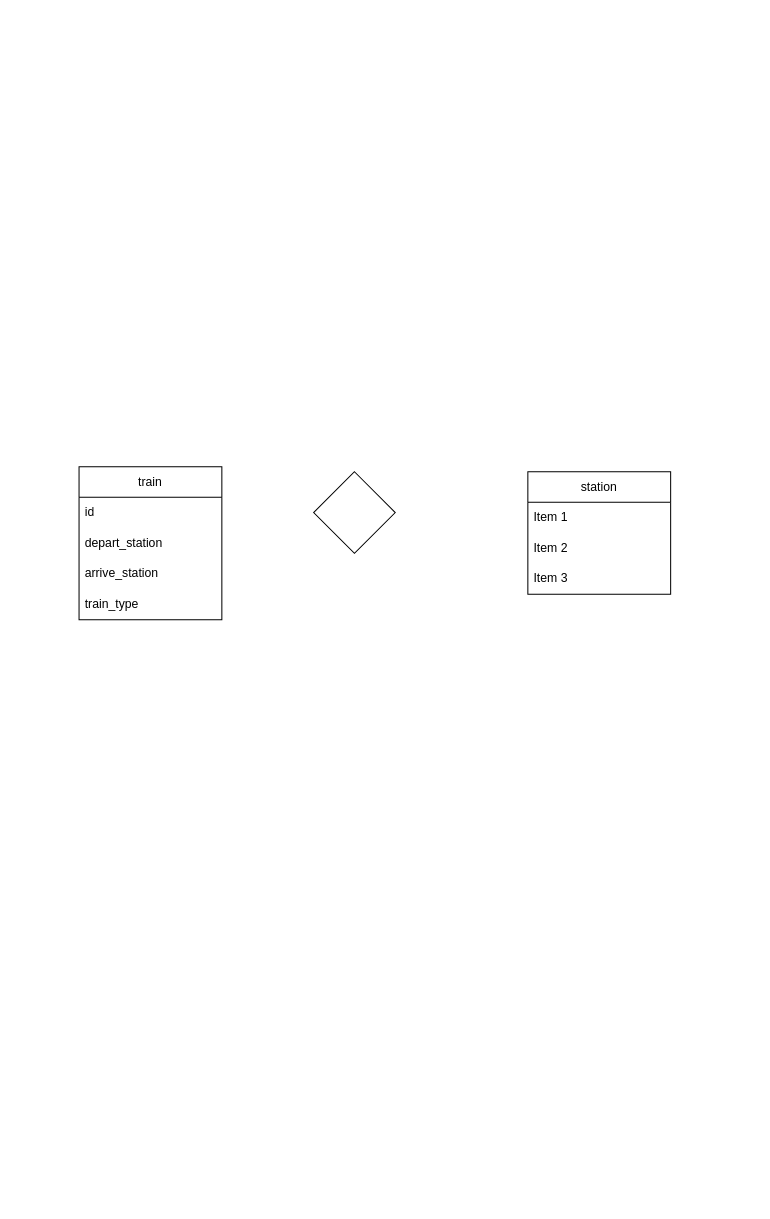
Before: 未命名绘图.drawio in TonyMo0310/Database, a draw.io diagram. Source tidied: cells renumbered, new cells numbered last; positions are measured from the earlier drawing's top-left corner, leaving out a move shared by most shapes. Both pictures are drawn from the tidied source at 102%, with x=0, y=0 at pixel (79, 466).
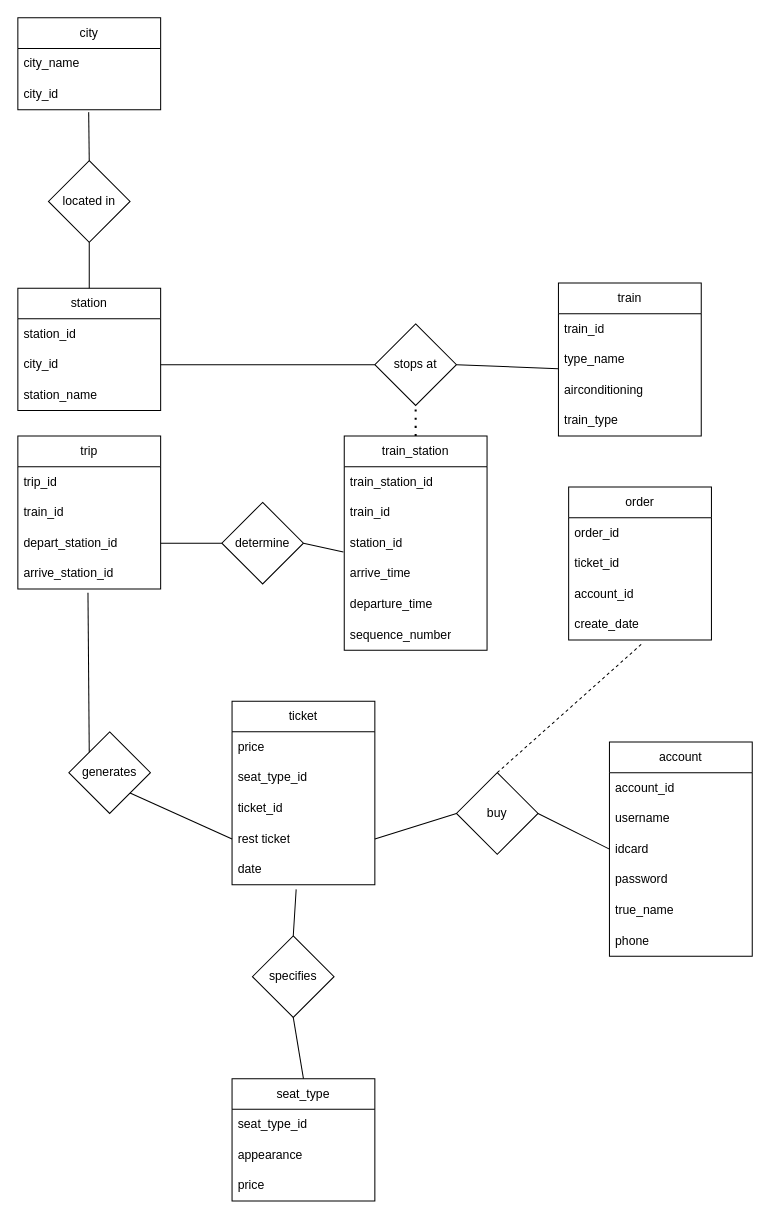
Above is the later version.

Commit message:
更新未命名绘图.drawio

Change to the diagram source:
```diff
@@
-    <mxCell id="2" style="rhombus;whiteSpace=wrap;html=1;" parent="1" vertex="1">
-      <mxGeometry x="230" y="5" width="80" height="80" as="geometry" />
+    <mxCell id="2" value="stops at" style="rhombus;whiteSpace=wrap;html=1;" parent="1" vertex="1">
+      <mxGeometry x="290" y="-140" width="80" height="80" as="geometry" />
     </mxCell>
     <mxCell id="3" value="train" style="swimlane;fontStyle=0;horizontal=1;startSize=30;whiteSpace=wrap;html=1;" parent="1" vertex="1">
-      <mxGeometry width="140" height="150" as="geometry" />
+      <mxGeometry x="470" y="-180" width="140" height="150" as="geometry" />
     </mxCell>
-    <mxCell id="4" value="id" style="text;strokeColor=none;fillColor=none;align=left;verticalAlign=middle;spacingLeft=4;spacingRight=4;overflow=hidden;whiteSpace=wrap;html=1;" parent="3" vertex="1">
+    <mxCell id="4" value="train_id" style="text;strokeColor=none;fillColor=none;align=left;verticalAlign=middle;spacingLeft=4;spacingRight=4;overflow=hidden;whiteSpace=wrap;html=1;" parent="3" vertex="1">
       <mxGeometry y="30" width="140" height="30" as="geometry" />
     </mxCell>
-    <mxCell id="5" value="depart_station" style="text;strokeColor=none;fillColor=none;align=left;verticalAlign=middle;spacingLeft=4;spacingRight=4;overflow=hidden;points=[[0,0.5],[1,0.5]];portConstraint=eastwest;whiteSpace=wrap;html=1;" parent="3" vertex="1">
+    <mxCell id="5" value="type_name" style="text;strokeColor=none;fillColor=none;align=left;verticalAlign=middle;spacingLeft=4;spacingRight=4;overflow=hidden;points=[[0,0.5],[1,0.5]];portConstraint=eastwest;whiteSpace=wrap;html=1;" parent="3" vertex="1">
       <mxGeometry y="60" width="140" height="30" as="geometry" />
     </mxCell>
-    <mxCell id="6" value="arrive_station" style="text;strokeColor=none;fillColor=none;align=left;verticalAlign=middle;spacingLeft=4;spacingRight=4;overflow=hidden;whiteSpace=wrap;html=1;" parent="3" vertex="1">
+    <mxCell id="6" value="airconditioning" style="text;strokeColor=none;fillColor=none;align=left;verticalAlign=middle;spacingLeft=4;spacingRight=4;overflow=hidden;whiteSpace=wrap;html=1;" parent="3" vertex="1">
       <mxGeometry y="90" width="140" height="30" as="geometry" />
     </mxCell>
@@
     <mxCell id="8" value="station" style="swimlane;fontStyle=0;horizontal=1;startSize=30;whiteSpace=wrap;html=1;" parent="1" vertex="1">
-      <mxGeometry x="440" y="5" width="140" height="120" as="geometry" />
+      <mxGeometry x="-60" y="-175" width="140" height="120" as="geometry" />
     </mxCell>
-    <mxCell id="9" value="Item 1" style="text;strokeColor=none;fillColor=none;align=left;verticalAlign=middle;spacingLeft=4;spacingRight=4;overflow=hidden;whiteSpace=wrap;html=1;" parent="8" vertex="1">
+    <mxCell id="9" value="station_id" style="text;strokeColor=none;fillColor=none;align=left;verticalAlign=middle;spacingLeft=4;spacingRight=4;overflow=hidden;whiteSpace=wrap;html=1;" parent="8" vertex="1">
       <mxGeometry y="30" width="140" height="30" as="geometry" />
     </mxCell>
-    <mxCell id="10" value="Item 2" style="text;strokeColor=none;fillColor=none;align=left;verticalAlign=middle;spacingLeft=4;spacingRight=4;overflow=hidden;points=[[0,0.5],[1,0.5]];portConstraint=eastwest;whiteSpace=wrap;html=1;" parent="8" vertex="1">
+    <mxCell id="10" value="city_id" style="text;strokeColor=none;fillColor=none;align=left;verticalAlign=middle;spacingLeft=4;spacingRight=4;overflow=hidden;points=[[0,0.5],[1,0.5]];portConstraint=eastwest;whiteSpace=wrap;html=1;" parent="8" vertex="1">
       <mxGeometry y="60" width="140" height="30" as="geometry" />
     </mxCell>
-    <mxCell id="11" value="Item 3" style="text;strokeColor=none;fillColor=none;align=left;verticalAlign=middle;spacingLeft=4;spacingRight=4;overflow=hidden;whiteSpace=wrap;html=1;" parent="8" vertex="1">
+    <mxCell id="11" value="station_name" style="text;strokeColor=none;fillColor=none;align=left;verticalAlign=middle;spacingLeft=4;spacingRight=4;overflow=hidden;whiteSpace=wrap;html=1;" parent="8" vertex="1">
       <mxGeometry y="90" width="140" height="30" as="geometry" />
     </mxCell>
+    <mxCell id="12" style="endArrow=none;html=1;rounded=0;exitX=0;exitY=0.8;exitDx=0;exitDy=0;exitPerimeter=0;entryX=1;entryY=0.5;entryDx=0;entryDy=0;" parent="1" edge="1" source="5" target="2">
+      <mxGeometry relative="1" as="geometry" />
+    </mxCell>
+    <mxCell id="13" value="train_station" style="swimlane;fontStyle=0;horizontal=1;startSize=30;whiteSpace=wrap;html=1;" parent="1" vertex="1">
+      <mxGeometry x="260" y="-30" width="140" height="210" as="geometry" />
+    </mxCell>
+    <mxCell id="14" value="train_station_id" style="text;strokeColor=none;fillColor=none;align=left;verticalAlign=middle;spacingLeft=4;spacingRight=4;overflow=hidden;whiteSpace=wrap;html=1;" parent="13" vertex="1">
+      <mxGeometry y="30" width="140" height="30" as="geometry" />
+    </mxCell>
+    <mxCell id="15" value="train_id" style="text;strokeColor=none;fillColor=none;align=left;verticalAlign=middle;spacingLeft=4;spacingRight=4;overflow=hidden;whiteSpace=wrap;html=1;" parent="13" vertex="1">
+      <mxGeometry y="60" width="140" height="30" as="geometry" />
+    </mxCell>
+    <mxCell id="16" value="station_id" style="text;strokeColor=none;fillColor=none;align=left;verticalAlign=middle;spacingLeft=4;spacingRight=4;overflow=hidden;points=[[0,0.5],[1,0.5]];portConstraint=eastwest;whiteSpace=wrap;html=1;" parent="13" vertex="1">
+      <mxGeometry y="90" width="140" height="30" as="geometry" />
+    </mxCell>
+    <mxCell id="17" value="arrive_time" style="text;strokeColor=none;fillColor=none;align=left;verticalAlign=middle;spacingLeft=4;spacingRight=4;overflow=hidden;whiteSpace=wrap;html=1;" parent="13" vertex="1">
+      <mxGeometry y="120" width="140" height="30" as="geometry" />
+    </mxCell>
+    <mxCell id="18" value="departure_time" style="text;strokeColor=none;fillColor=none;align=left;verticalAlign=middle;spacingLeft=4;spacingRight=4;overflow=hidden;whiteSpace=wrap;html=1;" parent="13" vertex="1">
+      <mxGeometry y="150" width="140" height="30" as="geometry" />
+    </mxCell>
+    <mxCell id="19" value="sequence_number" style="text;strokeColor=none;fillColor=none;align=left;verticalAlign=middle;spacingLeft=4;spacingRight=4;overflow=hidden;whiteSpace=wrap;html=1;" parent="13" vertex="1">
+      <mxGeometry y="180" width="140" height="30" as="geometry" />
+    </mxCell>
+    <mxCell id="20" value="generates" style="rhombus;whiteSpace=wrap;html=1;" parent="1" vertex="1">
+      <mxGeometry x="-10" y="260" width="80" height="80" as="geometry" />
+    </mxCell>
+    <mxCell id="21" style="endArrow=none;dashed=1;html=1;dashPattern=1 3;strokeWidth=2;rounded=0;entryX=0.5;entryY=1;entryDx=0;entryDy=0;exitX=0.5;exitY=0;exitDx=0;exitDy=0;" parent="1" edge="1" source="13" target="2">
+      <mxGeometry relative="1" as="geometry" />
+    </mxCell>
+    <mxCell id="22" value="trip" style="swimlane;fontStyle=0;horizontal=1;startSize=30;whiteSpace=wrap;html=1;" parent="1" vertex="1">
+      <mxGeometry x="-60" y="-30" width="140" height="150" as="geometry" />
+    </mxCell>
+    <mxCell id="23" value="trip_id" style="text;strokeColor=none;fillColor=none;align=left;verticalAlign=middle;spacingLeft=4;spacingRight=4;overflow=hidden;whiteSpace=wrap;html=1;" parent="22" vertex="1">
+      <mxGeometry y="30" width="140" height="30" as="geometry" />
+    </mxCell>
+    <mxCell id="24" value="train_id" style="text;strokeColor=none;fillColor=none;align=left;verticalAlign=middle;spacingLeft=4;spacingRight=4;overflow=hidden;whiteSpace=wrap;html=1;" parent="22" vertex="1">
+      <mxGeometry y="60" width="140" height="30" as="geometry" />
+    </mxCell>
+    <mxCell id="25" value="depart_station_id" style="text;strokeColor=none;fillColor=none;align=left;verticalAlign=middle;spacingLeft=4;spacingRight=4;overflow=hidden;points=[[0,0.5],[1,0.5]];portConstraint=eastwest;whiteSpace=wrap;html=1;" parent="22" vertex="1">
+      <mxGeometry y="90" width="140" height="30" as="geometry" />
+    </mxCell>
+    <mxCell id="26" value="arrive_station_id" style="text;strokeColor=none;fillColor=none;align=left;verticalAlign=middle;spacingLeft=4;spacingRight=4;overflow=hidden;points=[[0,0.5],[1,0.5]];portConstraint=eastwest;whiteSpace=wrap;html=1;" parent="22" vertex="1">
+      <mxGeometry y="120" width="140" height="30" as="geometry" />
+    </mxCell>
+    <mxCell id="27" value="ticket" style="swimlane;fontStyle=0;horizontal=1;startSize=30;whiteSpace=wrap;html=1;" parent="1" vertex="1">
+      <mxGeometry x="150" y="230" width="140" height="180" as="geometry" />
+    </mxCell>
+    <mxCell id="28" value="price" style="text;strokeColor=none;fillColor=none;align=left;verticalAlign=middle;spacingLeft=4;spacingRight=4;overflow=hidden;whiteSpace=wrap;html=1;" parent="27" vertex="1">
+      <mxGeometry y="30" width="140" height="30" as="geometry" />
+    </mxCell>
+    <mxCell id="29" value="seat_type_id" style="text;strokeColor=none;fillColor=none;align=left;verticalAlign=middle;spacingLeft=4;spacingRight=4;overflow=hidden;whiteSpace=wrap;html=1;" parent="27" vertex="1">
+      <mxGeometry y="60" width="140" height="30" as="geometry" />
+    </mxCell>
+    <mxCell id="30" value="ticket_id" style="text;strokeColor=none;fillColor=none;align=left;verticalAlign=middle;spacingLeft=4;spacingRight=4;overflow=hidden;whiteSpace=wrap;html=1;" parent="27" vertex="1">
+      <mxGeometry y="90" width="140" height="30" as="geometry" />
+    </mxCell>
+    <mxCell id="31" value="rest ticket" style="text;strokeColor=none;fillColor=none;align=left;verticalAlign=middle;spacingLeft=4;spacingRight=4;overflow=hidden;points=[[0,0.5],[1,0.5]];portConstraint=eastwest;whiteSpace=wrap;html=1;" parent="27" vertex="1">
+      <mxGeometry y="120" width="140" height="30" as="geometry" />
+    </mxCell>
+    <mxCell id="32" value="date" style="text;strokeColor=none;fillColor=none;align=left;verticalAlign=middle;spacingLeft=4;spacingRight=4;overflow=hidden;points=[[0,0.5],[1,0.5]];portConstraint=eastwest;whiteSpace=wrap;html=1;" parent="27" vertex="1">
+      <mxGeometry y="150" width="140" height="30" as="geometry" />
+    </mxCell>
+    <mxCell id="33" style="endArrow=none;html=1;rounded=0;entryX=0;entryY=0.5;entryDx=0;entryDy=0;exitX=1;exitY=1;exitDx=0;exitDy=0;" parent="1" edge="1" source="20" target="31">
+      <mxGeometry relative="1" as="geometry" />
+    </mxCell>
+    <mxCell id="34" style="endArrow=none;html=1;rounded=0;entryX=0.491;entryY=1.12;entryDx=0;entryDy=0;entryPerimeter=0;exitX=0;exitY=0;exitDx=0;exitDy=0;" parent="1" edge="1" source="20" target="26">
+      <mxGeometry relative="1" as="geometry" />
+    </mxCell>
+    <mxCell id="35" value="account" style="swimlane;fontStyle=0;horizontal=1;startSize=30;whiteSpace=wrap;html=1;" parent="1" vertex="1">
+      <mxGeometry x="520" y="270" width="140" height="210" as="geometry" />
+    </mxCell>
+    <mxCell id="36" value="account_id" style="text;strokeColor=none;fillColor=none;align=left;verticalAlign=middle;spacingLeft=4;spacingRight=4;overflow=hidden;whiteSpace=wrap;html=1;" parent="35" vertex="1">
+      <mxGeometry y="30" width="140" height="30" as="geometry" />
+    </mxCell>
+    <mxCell id="37" value="username" style="text;strokeColor=none;fillColor=none;align=left;verticalAlign=middle;spacingLeft=4;spacingRight=4;overflow=hidden;whiteSpace=wrap;html=1;" parent="35" vertex="1">
+      <mxGeometry y="60" width="140" height="30" as="geometry" />
+    </mxCell>
+    <mxCell id="38" value="idcard" style="text;strokeColor=none;fillColor=none;align=left;verticalAlign=middle;spacingLeft=4;spacingRight=4;overflow=hidden;points=[[0,0.5],[1,0.5]];portConstraint=eastwest;whiteSpace=wrap;html=1;" parent="35" vertex="1">
+      <mxGeometry y="90" width="140" height="30" as="geometry" />
+    </mxCell>
+    <mxCell id="39" value="password" style="text;strokeColor=none;fillColor=none;align=left;verticalAlign=middle;spacingLeft=4;spacingRight=4;overflow=hidden;whiteSpace=wrap;html=1;" parent="35" vertex="1">
+      <mxGeometry y="120" width="140" height="30" as="geometry" />
+    </mxCell>
+    <mxCell id="40" value="true_name" style="text;strokeColor=none;fillColor=none;align=left;verticalAlign=middle;spacingLeft=4;spacingRight=4;overflow=hidden;whiteSpace=wrap;html=1;" parent="35" vertex="1">
+      <mxGeometry y="150" width="140" height="30" as="geometry" />
+    </mxCell>
+    <mxCell id="41" value="phone" style="text;strokeColor=none;fillColor=none;align=left;verticalAlign=middle;spacingLeft=4;spacingRight=4;overflow=hidden;whiteSpace=wrap;html=1;" parent="35" vertex="1">
+      <mxGeometry y="180" width="140" height="30" as="geometry" />
+    </mxCell>
+    <mxCell id="42" value="buy" style="rhombus;whiteSpace=wrap;html=1;" parent="1" vertex="1">
+      <mxGeometry x="370" y="300" width="80" height="80" as="geometry" />
+    </mxCell>
+    <mxCell id="43" style="endArrow=none;html=1;rounded=0;entryX=0;entryY=0.5;entryDx=0;entryDy=0;exitX=1;exitY=0.5;exitDx=0;exitDy=0;" parent="1" edge="1" source="42" target="38">
+      <mxGeometry relative="1" as="geometry" />
+    </mxCell>
+    <mxCell id="44" style="endArrow=none;html=1;rounded=0;entryX=0;entryY=0.5;entryDx=0;entryDy=0;exitX=1;exitY=0.5;exitDx=0;exitDy=0;" parent="1" edge="1" source="31" target="42">
+      <mxGeometry relative="1" as="geometry" />
+    </mxCell>
+    <mxCell id="45" value="order" style="swimlane;fontStyle=0;horizontal=1;startSize=30;whiteSpace=wrap;html=1;" parent="1" vertex="1">
+      <mxGeometry x="480" y="20" width="140" height="150" as="geometry" />
+    </mxCell>
+    <mxCell id="46" value="order_id" style="text;strokeColor=none;fillColor=none;align=left;verticalAlign=middle;spacingLeft=4;spacingRight=4;overflow=hidden;whiteSpace=wrap;html=1;" parent="45" vertex="1">
+      <mxGeometry y="30" width="140" height="30" as="geometry" />
+    </mxCell>
+    <mxCell id="47" value="ticket_id" style="text;strokeColor=none;fillColor=none;align=left;verticalAlign=middle;spacingLeft=4;spacingRight=4;overflow=hidden;whiteSpace=wrap;html=1;" parent="45" vertex="1">
+      <mxGeometry y="60" width="140" height="30" as="geometry" />
+    </mxCell>
+    <mxCell id="48" value="account_id" style="text;strokeColor=none;fillColor=none;align=left;verticalAlign=middle;spacingLeft=4;spacingRight=4;overflow=hidden;whiteSpace=wrap;html=1;" parent="45" vertex="1">
+      <mxGeometry y="90" width="140" height="30" as="geometry" />
+    </mxCell>
+    <mxCell id="49" value="create_date" style="text;strokeColor=none;fillColor=none;align=left;verticalAlign=middle;spacingLeft=4;spacingRight=4;overflow=hidden;points=[[0,0.5],[1,0.5]];portConstraint=eastwest;whiteSpace=wrap;html=1;" parent="45" vertex="1">
+      <mxGeometry y="120" width="140" height="30" as="geometry" />
+    </mxCell>
+    <mxCell id="50" style="endArrow=none;dashed=1;html=1;rounded=0;entryX=0.523;entryY=1.08;entryDx=0;entryDy=0;entryPerimeter=0;exitX=0.5;exitY=0;exitDx=0;exitDy=0;" parent="1" edge="1" source="42" target="49">
+      <mxGeometry relative="1" as="geometry" />
+    </mxCell>
+    <mxCell id="51" value="determine" style="rhombus;whiteSpace=wrap;html=1;" parent="1" vertex="1">
+      <mxGeometry x="140" y="35" width="80" height="80" as="geometry" />
+    </mxCell>
+    <mxCell id="52" style="endArrow=none;html=1;rounded=0;exitX=1;exitY=0.5;exitDx=0;exitDy=0;entryX=0;entryY=0.5;entryDx=0;entryDy=0;" parent="1" edge="1" source="25" target="51">
+      <mxGeometry relative="1" as="geometry" />
+    </mxCell>
+    <mxCell id="53" style="endArrow=none;html=1;rounded=0;exitX=1;exitY=0.5;exitDx=0;exitDy=0;entryX=-0.006;entryY=0.787;entryDx=0;entryDy=0;entryPerimeter=0;" parent="1" edge="1" source="51" target="16">
+      <mxGeometry relative="1" as="geometry" />
+    </mxCell>
+    <mxCell id="54" value="city" style="swimlane;fontStyle=0;horizontal=1;startSize=30;whiteSpace=wrap;html=1;" parent="1" vertex="1">
+      <mxGeometry x="-60" y="-440" width="140" height="90" as="geometry" />
+    </mxCell>
+    <mxCell id="55" value="city_name" style="text;strokeColor=none;fillColor=none;align=left;verticalAlign=middle;spacingLeft=4;spacingRight=4;overflow=hidden;whiteSpace=wrap;html=1;" parent="54" vertex="1">
+      <mxGeometry y="30" width="140" height="30" as="geometry" />
+    </mxCell>
+    <mxCell id="56" value="city_id" style="text;strokeColor=none;fillColor=none;align=left;verticalAlign=middle;spacingLeft=4;spacingRight=4;overflow=hidden;points=[[0,0.5],[1,0.5]];portConstraint=eastwest;whiteSpace=wrap;html=1;" parent="54" vertex="1">
+      <mxGeometry y="60" width="140" height="30" as="geometry" />
+    </mxCell>
+    <mxCell id="57" value="located in" style="rhombus;whiteSpace=wrap;html=1;" parent="1" vertex="1">
+      <mxGeometry x="-30" y="-300" width="80" height="80" as="geometry" />
+    </mxCell>
+    <mxCell id="58" style="endArrow=none;html=1;rounded=0;entryX=0.496;entryY=1.081;entryDx=0;entryDy=0;entryPerimeter=0;exitX=0.5;exitY=0;exitDx=0;exitDy=0;" parent="1" edge="1" source="57" target="56">
+      <mxGeometry relative="1" as="geometry" />
+    </mxCell>
+    <mxCell id="59" style="endArrow=none;html=1;rounded=0;exitX=0.5;exitY=0;exitDx=0;exitDy=0;entryX=0.5;entryY=1;entryDx=0;entryDy=0;" parent="1" edge="1" source="8" target="57">
+      <mxGeometry relative="1" as="geometry" />
+    </mxCell>
+    <mxCell id="60" value="seat_type" style="swimlane;fontStyle=0;horizontal=1;startSize=30;whiteSpace=wrap;html=1;" parent="1" vertex="1">
+      <mxGeometry x="150" y="600" width="140" height="120" as="geometry" />
+    </mxCell>
+    <mxCell id="61" value="seat_type_id" style="text;strokeColor=none;fillColor=none;align=left;verticalAlign=middle;spacingLeft=4;spacingRight=4;overflow=hidden;whiteSpace=wrap;html=1;" parent="60" vertex="1">
+      <mxGeometry y="30" width="140" height="30" as="geometry" />
+    </mxCell>
+    <mxCell id="62" value="appearance" style="text;strokeColor=none;fillColor=none;align=left;verticalAlign=middle;spacingLeft=4;spacingRight=4;overflow=hidden;whiteSpace=wrap;html=1;" parent="60" vertex="1">
+      <mxGeometry y="60" width="140" height="30" as="geometry" />
+    </mxCell>
+    <mxCell id="63" value="price" style="text;strokeColor=none;fillColor=none;align=left;verticalAlign=middle;spacingLeft=4;spacingRight=4;overflow=hidden;whiteSpace=wrap;html=1;" parent="60" vertex="1">
+      <mxGeometry y="90" width="140" height="30" as="geometry" />
+    </mxCell>
+    <mxCell id="64" value="specifies" style="rhombus;whiteSpace=wrap;html=1;" parent="1" vertex="1">
+      <mxGeometry x="170" y="460" width="80" height="80" as="geometry" />
+    </mxCell>
+    <mxCell id="65" style="endArrow=none;html=1;rounded=0;exitX=0.5;exitY=0;exitDx=0;exitDy=0;entryX=0.449;entryY=1.148;entryDx=0;entryDy=0;entryPerimeter=0;" parent="1" edge="1" source="64" target="32">
+      <mxGeometry relative="1" as="geometry" />
+    </mxCell>
+    <mxCell id="66" style="endArrow=none;html=1;rounded=0;exitX=0.5;exitY=0;exitDx=0;exitDy=0;entryX=0.5;entryY=1;entryDx=0;entryDy=0;" parent="1" edge="1" source="60" target="64">
+      <mxGeometry relative="1" as="geometry" />
+    </mxCell>
+    <mxCell id="67" style="endArrow=none;html=1;rounded=0;exitX=1;exitY=0.5;exitDx=0;exitDy=0;entryX=0;entryY=0.5;entryDx=0;entryDy=0;" parent="1" edge="1" source="10" target="2">
+      <mxGeometry relative="1" as="geometry" />
+    </mxCell>
```
